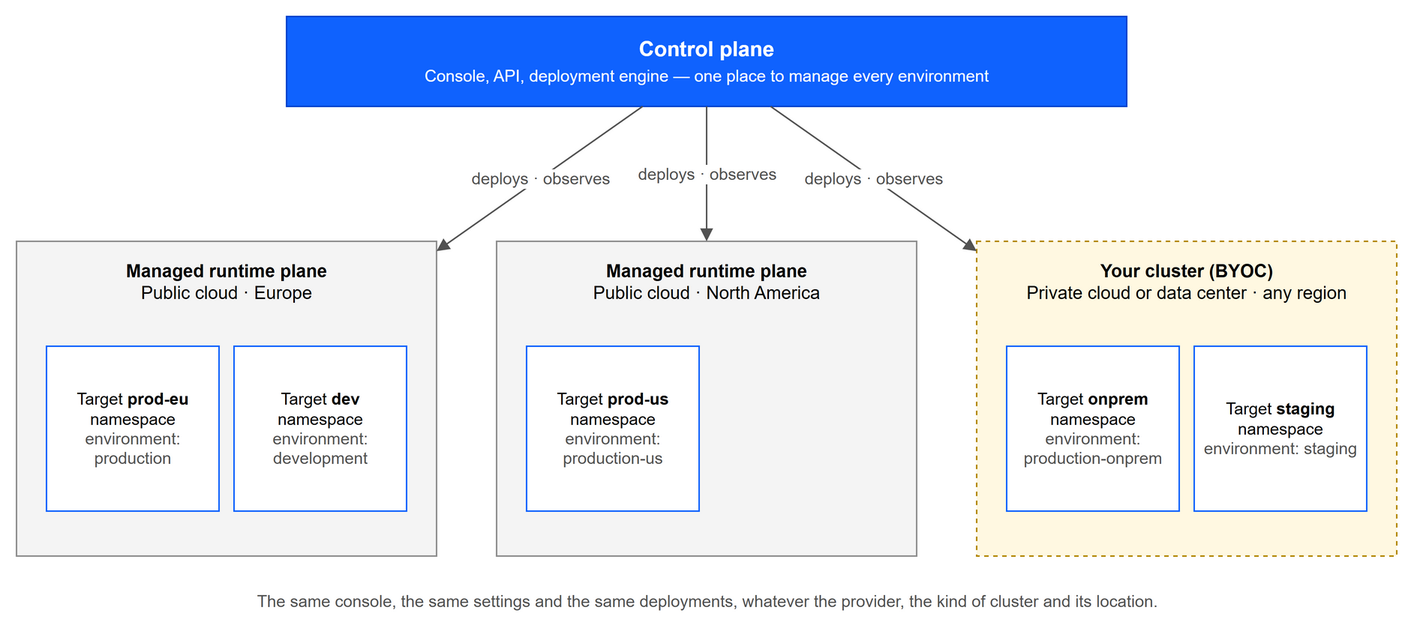
cml-x/docs keeps this draw.io diagram as static/img/infra/runtime-planes.drawio.png. Above is the earlier version. Source tidied: cells renumbered, new cells last; positions are measured from the earlier drawing's top-left corner, leaving out a move shared by most shapes. Its diagram source:
```xml
<mxGraphModel>
  <root>
    <mxCell id="0" />
    <mxCell id="1" parent="0" />
    <mxCell id="2" value="Control plane&lt;br&gt;&lt;span style=&quot;font-weight:normal;font-size:11px&quot;&gt;Console, API, deployment engine — one place to manage every environment&lt;/span&gt;" style="rounded=0;whiteSpace=wrap;html=1;fillColor=#0f62fe;strokeColor=#0043ce;fontColor=#ffffff;fontSize=14;fontStyle=1;" parent="1" vertex="1">
      <mxGeometry x="180" width="560" height="60" as="geometry" />
    </mxCell>
    <mxCell id="3" value="Managed runtime plane&lt;br&gt;&lt;span style=&quot;font-weight:normal&quot;&gt;Public cloud · Europe&lt;/span&gt;" style="rounded=0;whiteSpace=wrap;html=1;fillColor=#f4f4f4;strokeColor=#8d8d8d;verticalAlign=top;fontSize=12;fontStyle=1;spacingTop=6;" parent="1" vertex="1">
      <mxGeometry y="150" width="280" height="210" as="geometry" />
    </mxCell>
    <mxCell id="4" value="Target &lt;b&gt;prod-eu&lt;/b&gt;&lt;br&gt;namespace&lt;br&gt;&lt;span style=&quot;color:#525252&quot;&gt;environment: production&lt;/span&gt;" style="rounded=0;whiteSpace=wrap;html=1;fillColor=#ffffff;strokeColor=#0f62fe;fontSize=11;" parent="1" vertex="1">
      <mxGeometry x="20" y="220" width="115" height="110" as="geometry" />
    </mxCell>
    <mxCell id="5" value="Target &lt;b&gt;dev&lt;/b&gt;&lt;br&gt;namespace&lt;br&gt;&lt;span style=&quot;color:#525252&quot;&gt;environment: development&lt;/span&gt;" style="rounded=0;whiteSpace=wrap;html=1;fillColor=#ffffff;strokeColor=#0f62fe;fontSize=11;" parent="1" vertex="1">
      <mxGeometry x="145" y="220" width="115" height="110" as="geometry" />
    </mxCell>
    <mxCell id="6" value="deploys · observes" style="endArrow=block;html=1;rounded=0;strokeColor=#525252;fontSize=11;fontColor=#525252;labelBackgroundColor=#ffffff;" parent="1" edge="1" source="2" target="3">
      <mxGeometry relative="1" as="geometry" />
    </mxCell>
    <mxCell id="7" value="Managed runtime plane&lt;br&gt;&lt;span style=&quot;font-weight:normal&quot;&gt;Public cloud · North America&lt;/span&gt;" style="rounded=0;whiteSpace=wrap;html=1;fillColor=#f4f4f4;strokeColor=#8d8d8d;verticalAlign=top;fontSize=12;fontStyle=1;spacingTop=6;" parent="1" vertex="1">
      <mxGeometry x="320" y="150" width="280" height="210" as="geometry" />
    </mxCell>
    <mxCell id="8" value="Target &lt;b&gt;prod-us&lt;/b&gt;&lt;br&gt;namespace&lt;br&gt;&lt;span style=&quot;color:#525252&quot;&gt;environment: production-us&lt;/span&gt;" style="rounded=0;whiteSpace=wrap;html=1;fillColor=#ffffff;strokeColor=#0f62fe;fontSize=11;" parent="1" vertex="1">
      <mxGeometry x="340" y="220" width="115" height="110" as="geometry" />
    </mxCell>
    <mxCell id="9" value="deploys · observes" style="endArrow=block;html=1;rounded=0;strokeColor=#525252;fontSize=11;fontColor=#525252;labelBackgroundColor=#ffffff;" parent="1" edge="1" source="2" target="7">
      <mxGeometry relative="1" as="geometry" />
    </mxCell>
    <mxCell id="10" value="Your cluster (BYOC)&lt;br&gt;&lt;span style=&quot;font-weight:normal&quot;&gt;Private cloud or data center · any region&lt;/span&gt;" style="rounded=0;whiteSpace=wrap;html=1;fillColor=#fff8e1;strokeColor=#b28600;verticalAlign=top;fontSize=12;fontStyle=1;spacingTop=6;dashed=1;" parent="1" vertex="1">
      <mxGeometry x="640" y="150" width="280" height="210" as="geometry" />
    </mxCell>
    <mxCell id="11" value="Target &lt;b&gt;onprem&lt;/b&gt;&lt;br&gt;namespace&lt;br&gt;&lt;span style=&quot;color:#525252&quot;&gt;environment: production-onprem&lt;/span&gt;" style="rounded=0;whiteSpace=wrap;html=1;fillColor=#ffffff;strokeColor=#0f62fe;fontSize=11;" parent="1" vertex="1">
      <mxGeometry x="660" y="220" width="115" height="110" as="geometry" />
    </mxCell>
    <mxCell id="12" value="Target &lt;b&gt;staging&lt;/b&gt;&lt;br&gt;namespace&lt;br&gt;&lt;span style=&quot;color:#525252&quot;&gt;environment: staging&lt;/span&gt;" style="rounded=0;whiteSpace=wrap;html=1;fillColor=#ffffff;strokeColor=#0f62fe;fontSize=11;" parent="1" vertex="1">
      <mxGeometry x="785" y="220" width="115" height="110" as="geometry" />
    </mxCell>
    <mxCell id="13" value="deploys · observes" style="endArrow=block;html=1;rounded=0;strokeColor=#525252;fontSize=11;fontColor=#525252;labelBackgroundColor=#ffffff;" parent="1" edge="1" source="2" target="10">
      <mxGeometry relative="1" as="geometry" />
    </mxCell>
    <mxCell id="14" value="The same console, the same settings and the same deployments, whatever the provider, the kind of cluster and its location." style="text;html=1;align=center;verticalAlign=middle;fontSize=11;fontColor=#525252;" parent="1" vertex="1">
      <mxGeometry y="375" width="920" height="30" as="geometry" />
    </mxCell>
  </root>
</mxGraphModel>
```
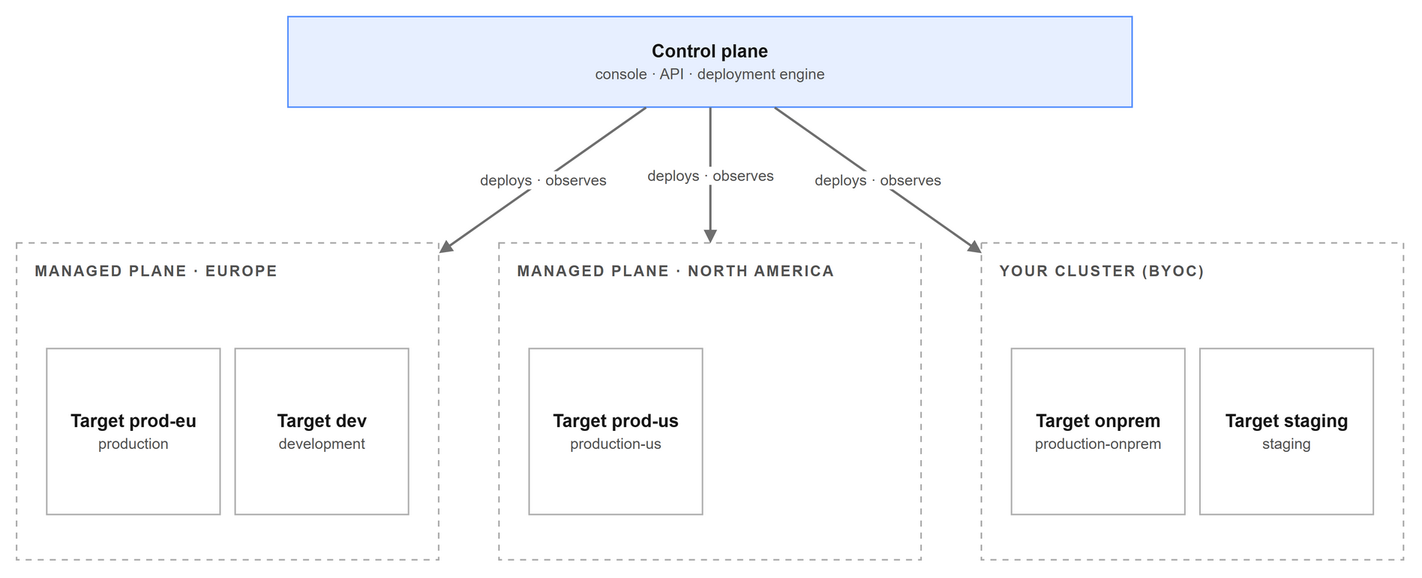
After the commit.

Diff of the diagram source:
```diff
@@ -1,45 +1,42 @@
-<mxGraphModel>
+<mxGraphModel background="#FFFFFF">
   <root>
     <mxCell id="0" />
     <mxCell id="1" parent="0" />
-    <mxCell id="2" value="Control plane&lt;br&gt;&lt;span style=&quot;font-weight:normal;font-size:11px&quot;&gt;Console, API, deployment engine — one place to manage every environment&lt;/span&gt;" style="rounded=0;whiteSpace=wrap;html=1;fillColor=#0f62fe;strokeColor=#0043ce;fontColor=#ffffff;fontSize=14;fontStyle=1;" parent="1" vertex="1">
+    <mxCell id="2" value="&lt;b&gt;Control plane&lt;/b&gt;&lt;br&gt;&lt;span style=&quot;font-size:10px;color:#525252&quot;&gt;console · API · deployment engine&lt;/span&gt;" style="rounded=0;whiteSpace=wrap;html=1;strokeWidth=1;fontColor=#161616;fontSize=12;fillColor=#0F62FE;fillOpacity=10;strokeColor=#0F62FE;strokeOpacity=70;" parent="1" vertex="1">
       <mxGeometry x="180" width="560" height="60" as="geometry" />
     </mxCell>
-    <mxCell id="3" value="Managed runtime plane&lt;br&gt;&lt;span style=&quot;font-weight:normal&quot;&gt;Public cloud · Europe&lt;/span&gt;" style="rounded=0;whiteSpace=wrap;html=1;fillColor=#f4f4f4;strokeColor=#8d8d8d;verticalAlign=top;fontSize=12;fontStyle=1;spacingTop=6;" parent="1" vertex="1">
+    <mxCell id="3" value="&lt;span style=&quot;font-size:10px;color:#525252;letter-spacing:1px&quot;&gt;&lt;b&gt;MANAGED PLANE · EUROPE&lt;/b&gt;&lt;/span&gt;" style="rounded=0;whiteSpace=wrap;html=1;strokeWidth=1;fontColor=#161616;fontSize=12;fillColor=none;strokeColor=#A8A8A8;dashed=1;dashPattern=4 4;verticalAlign=top;align=left;spacingLeft=10;spacingTop=4;" parent="1" vertex="1">
       <mxGeometry y="150" width="280" height="210" as="geometry" />
     </mxCell>
-    <mxCell id="4" value="Target &lt;b&gt;prod-eu&lt;/b&gt;&lt;br&gt;namespace&lt;br&gt;&lt;span style=&quot;color:#525252&quot;&gt;environment: production&lt;/span&gt;" style="rounded=0;whiteSpace=wrap;html=1;fillColor=#ffffff;strokeColor=#0f62fe;fontSize=11;" parent="1" vertex="1">
+    <mxCell id="4" value="&lt;b&gt;Target prod-eu&lt;/b&gt;&lt;br&gt;&lt;span style=&quot;font-size:10px;color:#525252&quot;&gt;production&lt;/span&gt;" style="rounded=0;whiteSpace=wrap;html=1;strokeWidth=1;fontColor=#161616;fontSize=12;fillColor=none;strokeColor=#8D8D8D;strokeOpacity=70;" parent="1" vertex="1">
       <mxGeometry x="20" y="220" width="115" height="110" as="geometry" />
     </mxCell>
-    <mxCell id="5" value="Target &lt;b&gt;dev&lt;/b&gt;&lt;br&gt;namespace&lt;br&gt;&lt;span style=&quot;color:#525252&quot;&gt;environment: development&lt;/span&gt;" style="rounded=0;whiteSpace=wrap;html=1;fillColor=#ffffff;strokeColor=#0f62fe;fontSize=11;" parent="1" vertex="1">
+    <mxCell id="5" value="&lt;b&gt;Target dev&lt;/b&gt;&lt;br&gt;&lt;span style=&quot;font-size:10px;color:#525252&quot;&gt;development&lt;/span&gt;" style="rounded=0;whiteSpace=wrap;html=1;strokeWidth=1;fontColor=#161616;fontSize=12;fillColor=none;strokeColor=#8D8D8D;strokeOpacity=70;" parent="1" vertex="1">
       <mxGeometry x="145" y="220" width="115" height="110" as="geometry" />
     </mxCell>
-    <mxCell id="6" value="deploys · observes" style="endArrow=block;html=1;rounded=0;strokeColor=#525252;fontSize=11;fontColor=#525252;labelBackgroundColor=#ffffff;" parent="1" edge="1" source="2" target="3">
+    <mxCell id="6" value="deploys · observes" style="endArrow=block;html=1;rounded=0;strokeColor=#6F6F6F;fontSize=10;fontColor=#525252;labelBackgroundColor=#FFFFFF;strokeWidth=1.5;endSize=5;" parent="1" edge="1" source="2" target="3">
       <mxGeometry relative="1" as="geometry" />
     </mxCell>
-    <mxCell id="7" value="Managed runtime plane&lt;br&gt;&lt;span style=&quot;font-weight:normal&quot;&gt;Public cloud · North America&lt;/span&gt;" style="rounded=0;whiteSpace=wrap;html=1;fillColor=#f4f4f4;strokeColor=#8d8d8d;verticalAlign=top;fontSize=12;fontStyle=1;spacingTop=6;" parent="1" vertex="1">
+    <mxCell id="7" value="&lt;span style=&quot;font-size:10px;color:#525252;letter-spacing:1px&quot;&gt;&lt;b&gt;MANAGED PLANE · NORTH AMERICA&lt;/b&gt;&lt;/span&gt;" style="rounded=0;whiteSpace=wrap;html=1;strokeWidth=1;fontColor=#161616;fontSize=12;fillColor=none;strokeColor=#A8A8A8;dashed=1;dashPattern=4 4;verticalAlign=top;align=left;spacingLeft=10;spacingTop=4;" parent="1" vertex="1">
       <mxGeometry x="320" y="150" width="280" height="210" as="geometry" />
     </mxCell>
-    <mxCell id="8" value="Target &lt;b&gt;prod-us&lt;/b&gt;&lt;br&gt;namespace&lt;br&gt;&lt;span style=&quot;color:#525252&quot;&gt;environment: production-us&lt;/span&gt;" style="rounded=0;whiteSpace=wrap;html=1;fillColor=#ffffff;strokeColor=#0f62fe;fontSize=11;" parent="1" vertex="1">
+    <mxCell id="8" value="&lt;b&gt;Target prod-us&lt;/b&gt;&lt;br&gt;&lt;span style=&quot;font-size:10px;color:#525252&quot;&gt;production-us&lt;/span&gt;" style="rounded=0;whiteSpace=wrap;html=1;strokeWidth=1;fontColor=#161616;fontSize=12;fillColor=none;strokeColor=#8D8D8D;strokeOpacity=70;" parent="1" vertex="1">
       <mxGeometry x="340" y="220" width="115" height="110" as="geometry" />
     </mxCell>
-    <mxCell id="9" value="deploys · observes" style="endArrow=block;html=1;rounded=0;strokeColor=#525252;fontSize=11;fontColor=#525252;labelBackgroundColor=#ffffff;" parent="1" edge="1" source="2" target="7">
+    <mxCell id="9" value="deploys · observes" style="endArrow=block;html=1;rounded=0;strokeColor=#6F6F6F;fontSize=10;fontColor=#525252;labelBackgroundColor=#FFFFFF;strokeWidth=1.5;endSize=5;" parent="1" edge="1" source="2" target="7">
       <mxGeometry relative="1" as="geometry" />
     </mxCell>
-    <mxCell id="10" value="Your cluster (BYOC)&lt;br&gt;&lt;span style=&quot;font-weight:normal&quot;&gt;Private cloud or data center · any region&lt;/span&gt;" style="rounded=0;whiteSpace=wrap;html=1;fillColor=#fff8e1;strokeColor=#b28600;verticalAlign=top;fontSize=12;fontStyle=1;spacingTop=6;dashed=1;" parent="1" vertex="1">
+    <mxCell id="10" value="&lt;span style=&quot;font-size:10px;color:#525252;letter-spacing:1px&quot;&gt;&lt;b&gt;YOUR CLUSTER (BYOC)&lt;/b&gt;&lt;/span&gt;" style="rounded=0;whiteSpace=wrap;html=1;strokeWidth=1;fontColor=#161616;fontSize=12;fillColor=none;strokeColor=#A8A8A8;dashed=1;dashPattern=4 4;verticalAlign=top;align=left;spacingLeft=10;spacingTop=4;" parent="1" vertex="1">
       <mxGeometry x="640" y="150" width="280" height="210" as="geometry" />
     </mxCell>
-    <mxCell id="11" value="Target &lt;b&gt;onprem&lt;/b&gt;&lt;br&gt;namespace&lt;br&gt;&lt;span style=&quot;color:#525252&quot;&gt;environment: production-onprem&lt;/span&gt;" style="rounded=0;whiteSpace=wrap;html=1;fillColor=#ffffff;strokeColor=#0f62fe;fontSize=11;" parent="1" vertex="1">
+    <mxCell id="11" value="&lt;b&gt;Target onprem&lt;/b&gt;&lt;br&gt;&lt;span style=&quot;font-size:10px;color:#525252&quot;&gt;production-onprem&lt;/span&gt;" style="rounded=0;whiteSpace=wrap;html=1;strokeWidth=1;fontColor=#161616;fontSize=12;fillColor=none;strokeColor=#8D8D8D;strokeOpacity=70;" parent="1" vertex="1">
       <mxGeometry x="660" y="220" width="115" height="110" as="geometry" />
     </mxCell>
-    <mxCell id="12" value="Target &lt;b&gt;staging&lt;/b&gt;&lt;br&gt;namespace&lt;br&gt;&lt;span style=&quot;color:#525252&quot;&gt;environment: staging&lt;/span&gt;" style="rounded=0;whiteSpace=wrap;html=1;fillColor=#ffffff;strokeColor=#0f62fe;fontSize=11;" parent="1" vertex="1">
+    <mxCell id="12" value="&lt;b&gt;Target staging&lt;/b&gt;&lt;br&gt;&lt;span style=&quot;font-size:10px;color:#525252&quot;&gt;staging&lt;/span&gt;" style="rounded=0;whiteSpace=wrap;html=1;strokeWidth=1;fontColor=#161616;fontSize=12;fillColor=none;strokeColor=#8D8D8D;strokeOpacity=70;" parent="1" vertex="1">
       <mxGeometry x="785" y="220" width="115" height="110" as="geometry" />
     </mxCell>
-    <mxCell id="13" value="deploys · observes" style="endArrow=block;html=1;rounded=0;strokeColor=#525252;fontSize=11;fontColor=#525252;labelBackgroundColor=#ffffff;" parent="1" edge="1" source="2" target="10">
+    <mxCell id="13" value="deploys · observes" style="endArrow=block;html=1;rounded=0;strokeColor=#6F6F6F;fontSize=10;fontColor=#525252;labelBackgroundColor=#FFFFFF;strokeWidth=1.5;endSize=5;" parent="1" edge="1" source="2" target="10">
       <mxGeometry relative="1" as="geometry" />
     </mxCell>
-    <mxCell id="14" value="The same console, the same settings and the same deployments, whatever the provider, the kind of cluster and its location." style="text;html=1;align=center;verticalAlign=middle;fontSize=11;fontColor=#525252;" parent="1" vertex="1">
-      <mxGeometry y="375" width="920" height="30" as="geometry" />
-    </mxCell>
   </root>
 </mxGraphModel>
```
